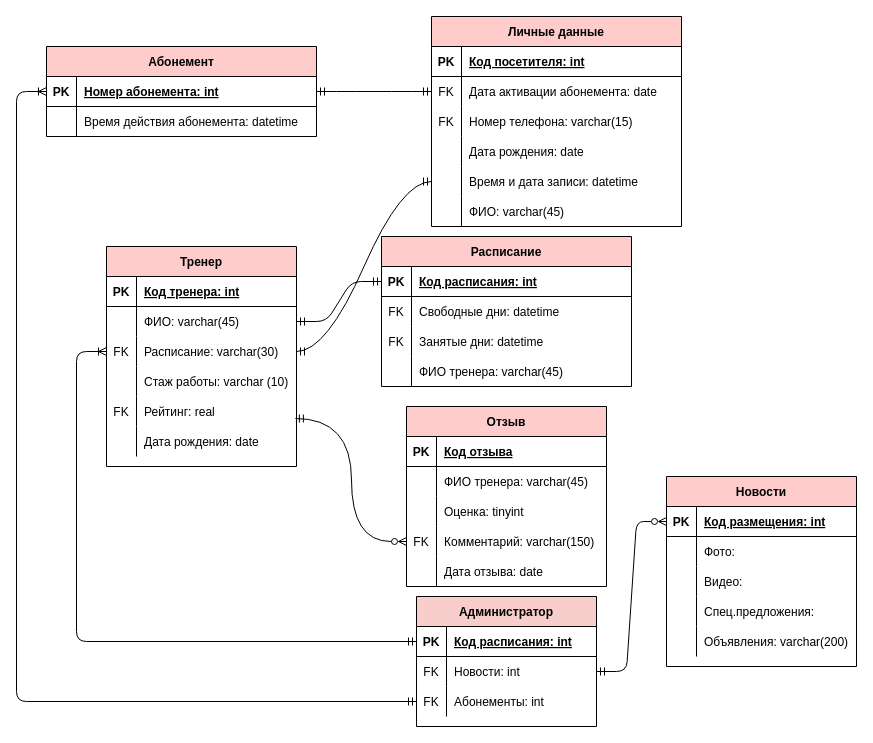
This is page "Page-1" (1 of 2) of Diagrams/ER3.drawio from yuliapyrikova/-, a draw.io file, before an edit. Source tidied: cells renumbered, new cells numbered last; positions are measured from the earlier drawing's top-left corner, leaving out a move shared by most shapes. Both pictures are drawn from the tidied source at 100%, with x=0, y=0 at pixel (16, 16).
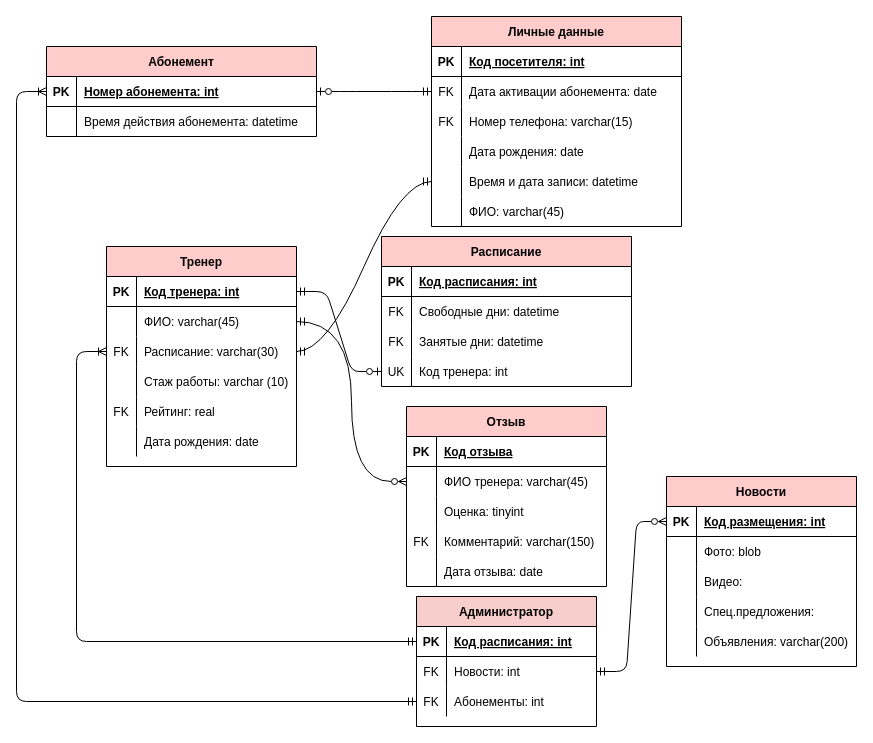
The same diagram, later.

The change refers to these unchanged cells:
```xml
<mxCell id="6" style="shape=partialRectangle;fillColor=none;points=[[0,0.5],[1,0.5]];portConstraint=eastwest;top=0;left=0;right=0;bottom=0;strokeColor=#000000;fontColor=#000000;" parent="2" vertex="1">
  <mxGeometry y="60" width="250" height="30" as="geometry" />
</mxCell>
<mxCell id="15" style="shape=partialRectangle;fillColor=none;top=0;left=0;bottom=0;right=0;points=[[0,0.5],[1,0.5]];portConstraint=eastwest;strokeColor=#000000;fontColor=#000000;" parent="2" vertex="1">
  <mxGeometry y="150" width="250" height="30" as="geometry" />
</mxCell>
<mxCell id="22" style="shape=partialRectangle;fillColor=none;points=[[0,0.5],[1,0.5]];portConstraint=eastwest;top=0;left=0;right=0;bottom=1;strokeColor=#000000;fontColor=#000000;" parent="21" vertex="1">
  <mxGeometry y="30" width="250" height="30" as="geometry" />
</mxCell>
<mxCell id="31" style="shape=partialRectangle;fillColor=none;top=0;left=0;bottom=0;right=0;points=[[0,0.5],[1,0.5]];portConstraint=eastwest;strokeColor=#000000;fontColor=#000000;" parent="21" vertex="1">
  <mxGeometry y="120" width="250" height="30" as="geometry" />
</mxCell>
<mxCell id="35" style="shape=partialRectangle;fillColor=none;points=[[0,0.5],[1,0.5]];portConstraint=eastwest;top=0;left=0;right=0;bottom=1;strokeColor=#000000;fontColor=#000000;" parent="34" vertex="1">
  <mxGeometry y="30" width="270" height="30" as="geometry" />
</mxCell>
<mxCell id="43" style="shape=partialRectangle;fillColor=none;top=0;left=0;bottom=1;right=0;points=[[0,0.5],[1,0.5]];portConstraint=eastwest;strokeColor=#000000;fontColor=#000000;" parent="42" vertex="1">
  <mxGeometry y="30" width="190" height="30" as="geometry" />
</mxCell>
<mxCell id="46" style="shape=partialRectangle;fillColor=none;top=0;left=0;bottom=0;right=0;points=[[0,0.5],[1,0.5]];portConstraint=eastwest;strokeColor=#000000;fontColor=#000000;" parent="42" vertex="1">
  <mxGeometry y="60" width="190" height="30" as="geometry" />
</mxCell>
<mxCell id="49" style="shape=partialRectangle;fillColor=none;top=0;left=0;bottom=0;right=0;points=[[0,0.5],[1,0.5]];portConstraint=eastwest;strokeColor=#000000;fontColor=#000000;" parent="42" vertex="1">
  <mxGeometry y="90" width="190" height="30" as="geometry" />
</mxCell>
<mxCell id="55" style="shape=partialRectangle;fillColor=none;top=0;left=0;bottom=0;right=0;points=[[0,0.5],[1,0.5]];portConstraint=eastwest;strokeColor=#000000;fontColor=#000000;" parent="42" vertex="1">
  <mxGeometry y="150" width="190" height="30" as="geometry" />
</mxCell>
<mxCell id="66" style="shape=partialRectangle;fillColor=none;top=0;left=0;bottom=0;right=0;points=[[0,0.5],[1,0.5]];portConstraint=eastwest;strokeColor=#000000;fontColor=#000000;" parent="62" vertex="1">
  <mxGeometry y="60" width="200" height="30" as="geometry" />
</mxCell>
<mxCell id="72" style="shape=partialRectangle;fillColor=none;top=0;left=0;bottom=0;right=0;points=[[0,0.5],[1,0.5]];portConstraint=eastwest;strokeColor=#000000;fontColor=#000000;" parent="62" vertex="1">
  <mxGeometry y="120" width="200" height="30" as="geometry" />
</mxCell>
<mxCell id="82" style="shape=partialRectangle;fillColor=none;top=0;left=0;bottom=0;right=0;strokeColor=#000000;fontColor=#000000;" parent="78" vertex="1">
  <mxGeometry y="60" width="190" height="30" as="geometry" />
</mxCell>
```

What changed in the source:
```diff
@@
-    <mxCell id="32" style="shape=partialRectangle;fillColor=none;top=0;left=0;bottom=0;right=0;overflow=hidden;strokeColor=#000000;fontColor=#000000;" parent="31" vertex="1">
+    <mxCell id="32" value="UK" style="shape=partialRectangle;fillColor=none;top=0;left=0;bottom=0;right=0;overflow=hidden;strokeColor=#000000;fontColor=#000000;" parent="31" vertex="1">
       <mxGeometry width="30" height="30" as="geometry" />
     </mxCell>
-    <mxCell id="33" value="ФИО тренера: varchar(45)" style="shape=partialRectangle;fillColor=none;top=0;left=0;bottom=0;right=0;align=left;spacingLeft=6;overflow=hidden;strokeColor=#000000;fontColor=#000000;" parent="31" vertex="1">
+    <mxCell id="33" value="Код тренера: int" style="shape=partialRectangle;fillColor=none;top=0;left=0;bottom=0;right=0;align=left;spacingLeft=6;overflow=hidden;strokeColor=#000000;fontColor=#000000;" parent="31" vertex="1">
       <mxGeometry x="30" width="220" height="30" as="geometry" />
     </mxCell>
@@
-    <mxCell id="41" style="edgeStyle=entityRelationEdgeStyle;fontSize=12;html=1;endArrow=ERmandOne;startArrow=ERmandOne;exitX=1;exitY=0.5;exitDx=0;exitDy=0;entryX=0;entryY=0.5;entryDx=0;entryDy=0;strokeColor=#000000;fontColor=#000000;" parent="1" edge="1" source="35" target="6">
+    <mxCell id="41" style="edgeStyle=entityRelationEdgeStyle;fontSize=12;html=1;endArrow=ERmandOne;startArrow=ERzeroToOne;exitX=1;exitY=0.5;exitDx=0;exitDy=0;entryX=0;entryY=0.5;entryDx=0;entryDy=0;strokeColor=#000000;fontColor=#000000;startFill=0;" parent="1" edge="1" source="35" target="6">
       <mxGeometry relative="1" as="geometry" />
     </mxCell>
@@
-    <mxCell id="61" style="edgeStyle=entityRelationEdgeStyle;fontSize=12;html=1;endArrow=ERmandOne;startArrow=ERmandOne;exitX=1;exitY=0.5;exitDx=0;exitDy=0;entryX=0;entryY=0.5;entryDx=0;entryDy=0;jumpStyle=sharp;strokeColor=#000000;fontColor=#000000;" parent="1" edge="1" source="46" target="22">
+    <mxCell id="61" style="edgeStyle=entityRelationEdgeStyle;fontSize=12;html=1;endArrow=ERzeroToOne;startArrow=ERmandOne;exitX=1;exitY=0.5;exitDx=0;exitDy=0;entryX=0;entryY=0.5;entryDx=0;entryDy=0;jumpStyle=sharp;strokeColor=#000000;fontColor=#000000;endFill=0;" parent="1" edge="1" source="43" target="31">
       <mxGeometry relative="1" as="geometry" />
     </mxCell>
@@
-    <mxCell id="84" value="Фото: " style="shape=partialRectangle;fillColor=none;top=0;left=0;bottom=0;right=0;align=left;spacingLeft=6;overflow=hidden;strokeColor=#000000;fontColor=#000000;" parent="82" vertex="1">
+    <mxCell id="84" value="Фото: blob" style="shape=partialRectangle;fillColor=none;top=0;left=0;bottom=0;right=0;align=left;spacingLeft=6;overflow=hidden;strokeColor=#000000;fontColor=#000000;" parent="82" vertex="1">
       <mxGeometry x="30" width="160" height="30" as="geometry" />
     </mxCell>
@@
-    <mxCell id="94" style="edgeStyle=orthogonalEdgeStyle;fontSize=12;html=1;endArrow=ERzeroToMany;startArrow=ERmandOne;exitX=0.994;exitY=0.733;exitDx=0;exitDy=0;jumpStyle=sharp;endFill=0;elbow=vertical;entryX=0;entryY=0.5;entryDx=0;entryDy=0;exitPerimeter=0;curved=1;strokeColor=#000000;fontColor=#000000;" parent="1" edge="1" source="55" target="72">
+    <mxCell id="94" style="edgeStyle=orthogonalEdgeStyle;fontSize=12;html=1;endArrow=ERzeroToMany;startArrow=ERmandOne;jumpStyle=sharp;endFill=0;elbow=vertical;entryX=0;entryY=0.5;entryDx=0;entryDy=0;curved=1;strokeColor=#000000;fontColor=#000000;" parent="1" edge="1" source="46" target="66">
       <mxGeometry relative="1" as="geometry" />
     </mxCell>
@@
-    <mxCell id="108" style="edgeStyle=entityRelationEdgeStyle;fontSize=12;html=1;endArrow=ERmandOne;startArrow=ERmandOne;rounded=0;curved=1;elbow=vertical;entryX=0;entryY=0.5;entryDx=0;entryDy=0;strokeColor=#000000;fontColor=#000000;" parent="1" edge="1" source="49" target="15">
+    <mxCell id="108" style="edgeStyle=entityRelationEdgeStyle;fontSize=12;html=1;endArrow=ERmandOne;startArrow=ERmandOne;rounded=0;curved=1;elbow=vertical;entryX=0;entryY=0.5;entryDx=0;entryDy=0;strokeColor=#000000;fontColor=#000000;fillColor=#f8cecc;" parent="1" edge="1" source="49" target="15">
       <mxGeometry relative="1" as="geometry" />
     </mxCell>
```
